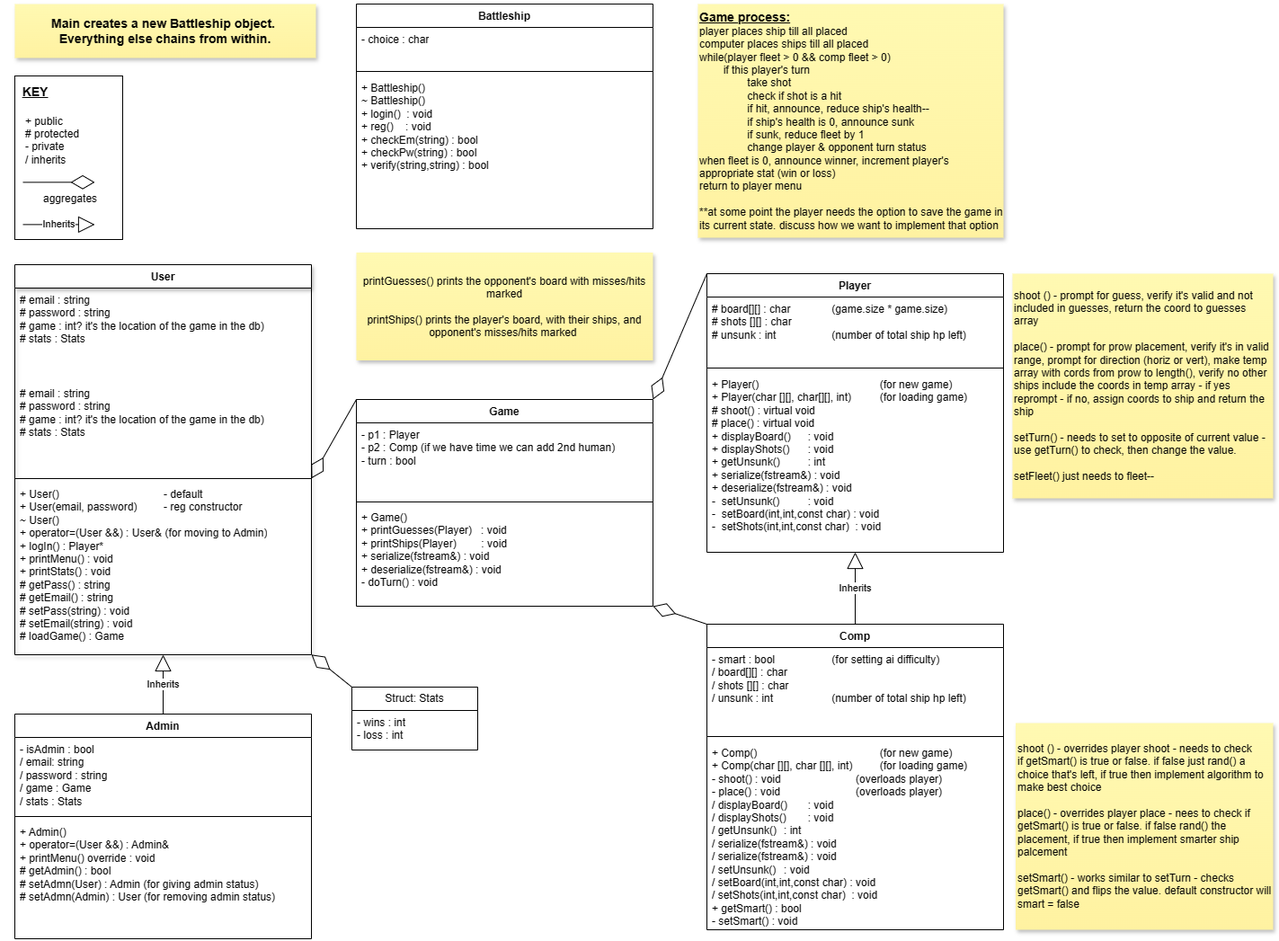
The draw.io diagram BattleshipClasses.drawio.png in StephaniePeacock/Battleship, before a commit. Source tidied: cells renumbered, new cells last; positions are measured from the earlier drawing's top-left corner, leaving out a move shared by most shapes.
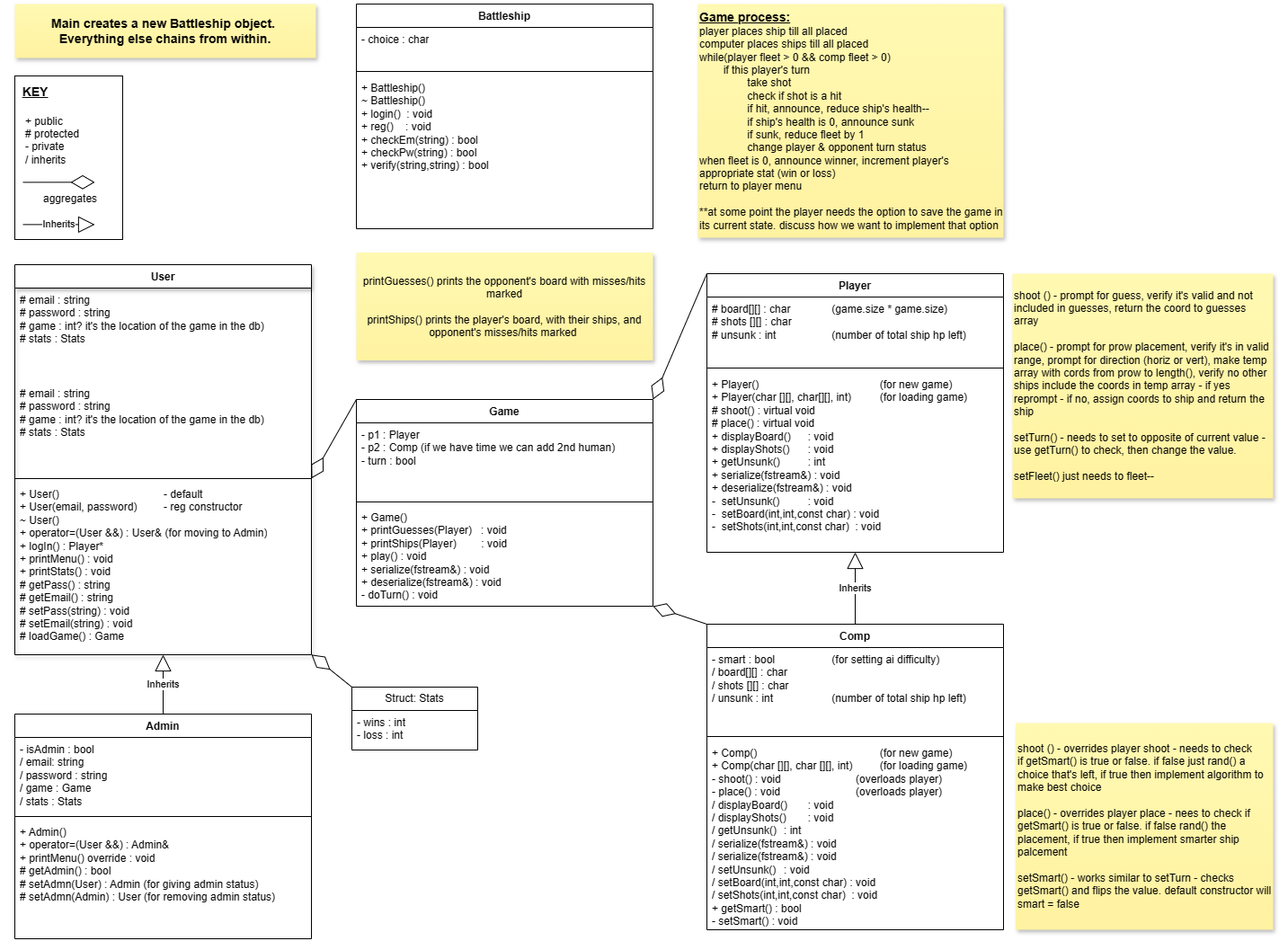
Above is the later version.

Diff of the diagram source:
```diff
@@ -50,7 +50,7 @@
     <mxCell id="17" style="line;strokeWidth=1;fillColor=none;align=left;verticalAlign=middle;spacingTop=-1;spacingLeft=3;spacingRight=3;labelPosition=right;strokeColor=inherit;" parent="15" vertex="1">
       <mxGeometry y="110" width="330" height="8" as="geometry" />
     </mxCell>
-    <mxCell id="18" value="+ Game()&lt;br&gt;+ printGuesses(Player)&amp;nbsp; &amp;nbsp;: void&lt;div&gt;+ printShips(Player)&lt;span style=&quot;white-space: pre;&quot;&gt;&#9;&lt;/span&gt;: void&lt;/div&gt;&lt;div&gt;&lt;div&gt;+ serialize(fstream&amp;amp;) : void&lt;/div&gt;&lt;div&gt;+ deserialize(fstream&amp;amp;) : void&lt;/div&gt;&lt;/div&gt;&lt;div&gt;- doTurn() : void&lt;/div&gt;&lt;div&gt;&lt;br&gt;&lt;/div&gt;" style="text;strokeColor=none;fillColor=none;align=left;verticalAlign=top;spacingLeft=4;spacingRight=4;overflow=hidden;points=[[0,0.5],[1,0.5]];portConstraint=eastwest;whiteSpace=wrap;html=1;" parent="15" vertex="1">
+    <mxCell id="18" value="+ Game()&lt;br&gt;+ printGuesses(Player)&amp;nbsp; &amp;nbsp;: void&lt;div&gt;+ printShips(Player)&lt;span style=&quot;white-space: pre;&quot;&gt;&#9;&lt;/span&gt;: void&lt;/div&gt;&lt;div&gt;+ play() : void&lt;/div&gt;&lt;div&gt;&lt;div&gt;+ serialize(fstream&amp;amp;) : void&lt;/div&gt;&lt;div&gt;+ deserialize(fstream&amp;amp;) : void&lt;/div&gt;&lt;/div&gt;&lt;div&gt;- doTurn() : void&lt;/div&gt;&lt;div&gt;&lt;br&gt;&lt;/div&gt;" style="text;strokeColor=none;fillColor=none;align=left;verticalAlign=top;spacingLeft=4;spacingRight=4;overflow=hidden;points=[[0,0.5],[1,0.5]];portConstraint=eastwest;whiteSpace=wrap;html=1;" parent="15" vertex="1">
       <mxGeometry y="118" width="330" height="112" as="geometry" />
     </mxCell>
     <mxCell id="19" value="shoot () - prompt for guess, verify it's valid and not included in guesses, return the coord to guesses array&lt;div&gt;&lt;br&gt;&lt;/div&gt;&lt;div&gt;place() - prompt for prow placement, verify it's in valid range, prompt for direction (horiz or vert), make temp array with cords from prow to length(), verify no other ships include the coords in temp array - if yes reprompt - if no, assign coords to ship and return the ship&lt;/div&gt;&lt;div&gt;&lt;br&gt;&lt;/div&gt;&lt;div&gt;setTurn() - needs to set to opposite of current value - use getTurn() to check, then change the value.&lt;/div&gt;&lt;div&gt;&lt;br&gt;&lt;/div&gt;&lt;div&gt;setFleet() just needs to fleet--&amp;nbsp;&lt;/div&gt;" style="shape=note;whiteSpace=wrap;html=1;backgroundOutline=1;fontColor=#000000;darkOpacity=0.05;fillColor=#FFF9B2;strokeColor=none;fillStyle=solid;direction=west;gradientDirection=north;gradientColor=#FFF2A1;shadow=1;size=0;align=left;" parent="1" vertex="1">
```
